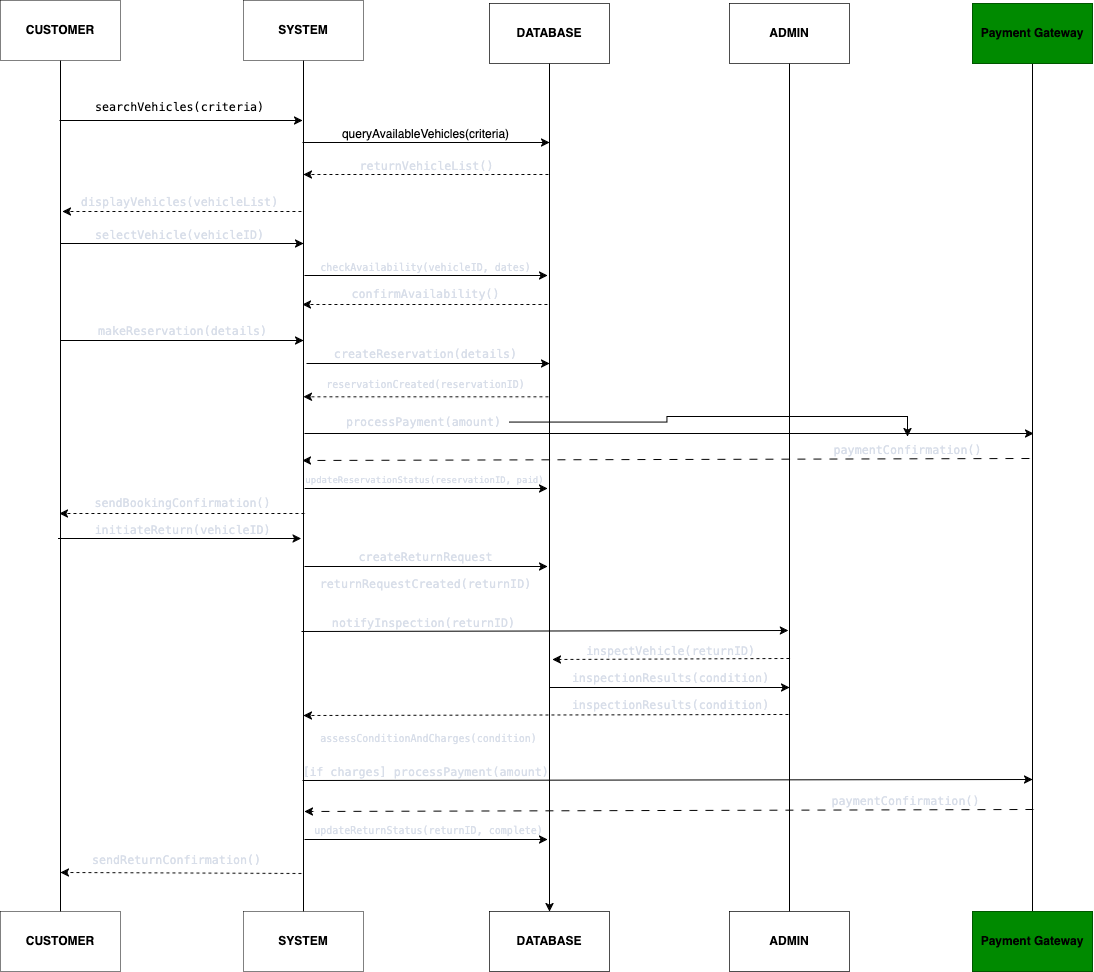
Before: Core-UML-Models/SequenceDiagram.png, a diagram exported from draw.io (Birdabo404/BNB-CarRentalSys). Source tidied: cells renumbered, new cells last; positions are measured from the earlier drawing's top-left corner, leaving out a move shared by most shapes.
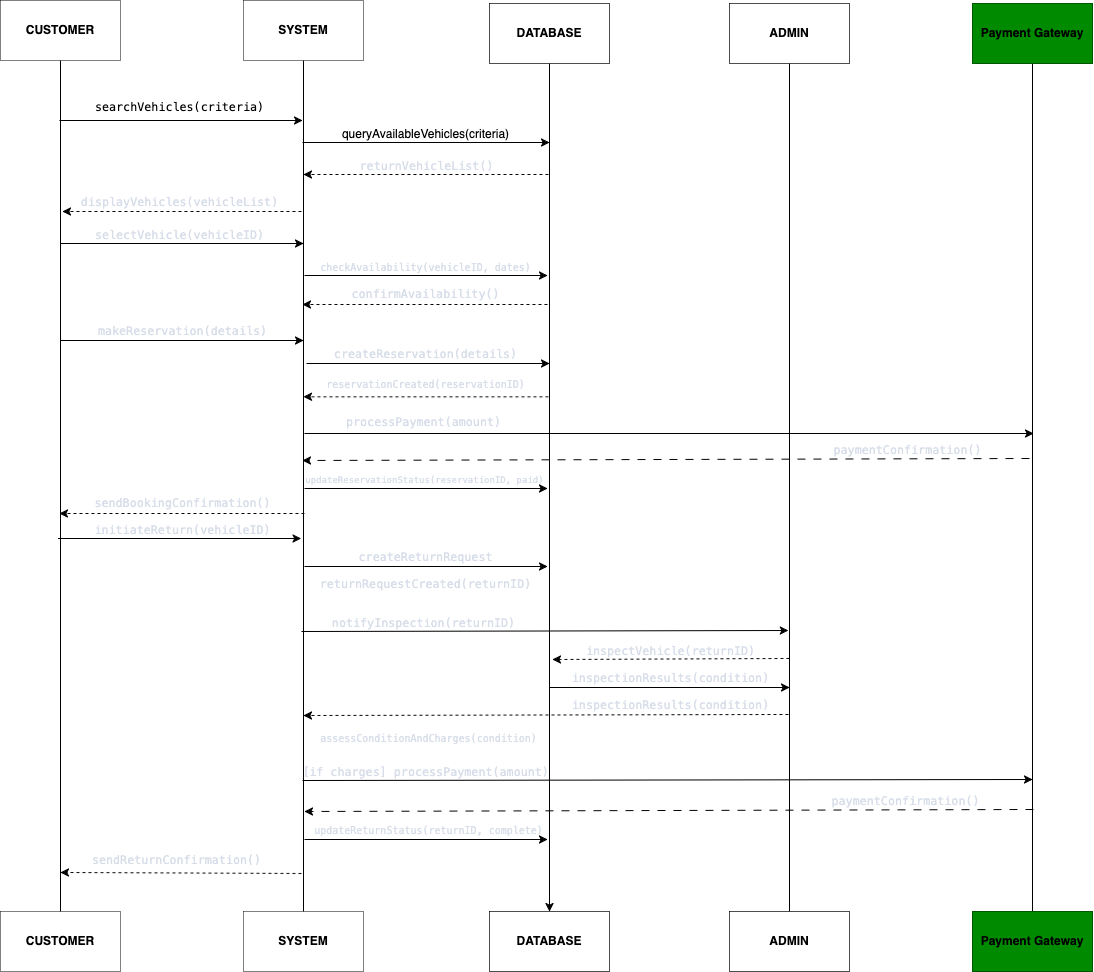
After the change.

Diff of the diagram source:
```diff
@@ -197,9 +197,6 @@
         <mxPoint x="60" y="872" as="targetPoint" />
       </mxGeometry>
     </mxCell>
-    <mxCell id="50" style="edgeStyle=orthogonalEdgeStyle;rounded=0;jettySize=auto;html=1;" parent="1" edge="1" source="51" target="39">
-      <mxGeometry relative="1" as="geometry" />
-    </mxCell>
     <mxCell id="51" value="&lt;span style=&quot;color: rgb(216, 222, 233); font-family: Menlo, Monaco, &amp;quot;Courier New&amp;quot;, monospace, Menlo, Monaco, &amp;quot;Courier New&amp;quot;, monospace; font-size: 11.7px; font-style: normal; font-variant-ligatures: normal; font-variant-caps: normal; font-weight: 400; letter-spacing: normal; orphans: 2; text-align: left; text-indent: 0px; text-transform: none; widows: 2; word-spacing: 0px; -webkit-text-stroke-width: 0px; white-space: normal; text-decoration-thickness: initial; text-decoration-style: initial; text-decoration-color: initial;&quot;&gt;processPayment&lt;/span&gt;&lt;span style=&quot;color: rgb(216, 222, 233); font-family: Menlo, Monaco, &amp;quot;Courier New&amp;quot;, monospace, Menlo, Monaco, &amp;quot;Courier New&amp;quot;, monospace; font-size: 11.7px; font-style: normal; font-variant-ligatures: normal; font-variant-caps: normal; font-weight: 400; letter-spacing: normal; orphans: 2; text-align: left; text-indent: 0px; text-transform: none; widows: 2; word-spacing: 0px; -webkit-text-stroke-width: 0px; white-space: normal; text-decoration-thickness: initial; text-decoration-style: initial; text-decoration-color: initial;&quot;&gt;(amount&lt;/span&gt;&lt;span style=&quot;color: rgb(216, 222, 233); font-family: Menlo, Monaco, &amp;quot;Courier New&amp;quot;, monospace, Menlo, Monaco, &amp;quot;Courier New&amp;quot;, monospace; font-size: 11.7px; font-style: normal; font-variant-ligatures: normal; font-variant-caps: normal; font-weight: 400; letter-spacing: normal; orphans: 2; text-align: left; text-indent: 0px; text-transform: none; widows: 2; word-spacing: 0px; -webkit-text-stroke-width: 0px; white-space: normal; text-decoration-thickness: initial; text-decoration-style: initial; text-decoration-color: initial;&quot;&gt;)&lt;/span&gt;" style="text;html=1;align=center;verticalAlign=middle;points=[];strokeColor=none;fillColor=none;labelBackgroundColor=none;" parent="1" vertex="1">
       <mxGeometry x="336" y="408" width="173" height="27" as="geometry" />
     </mxCell>
```
